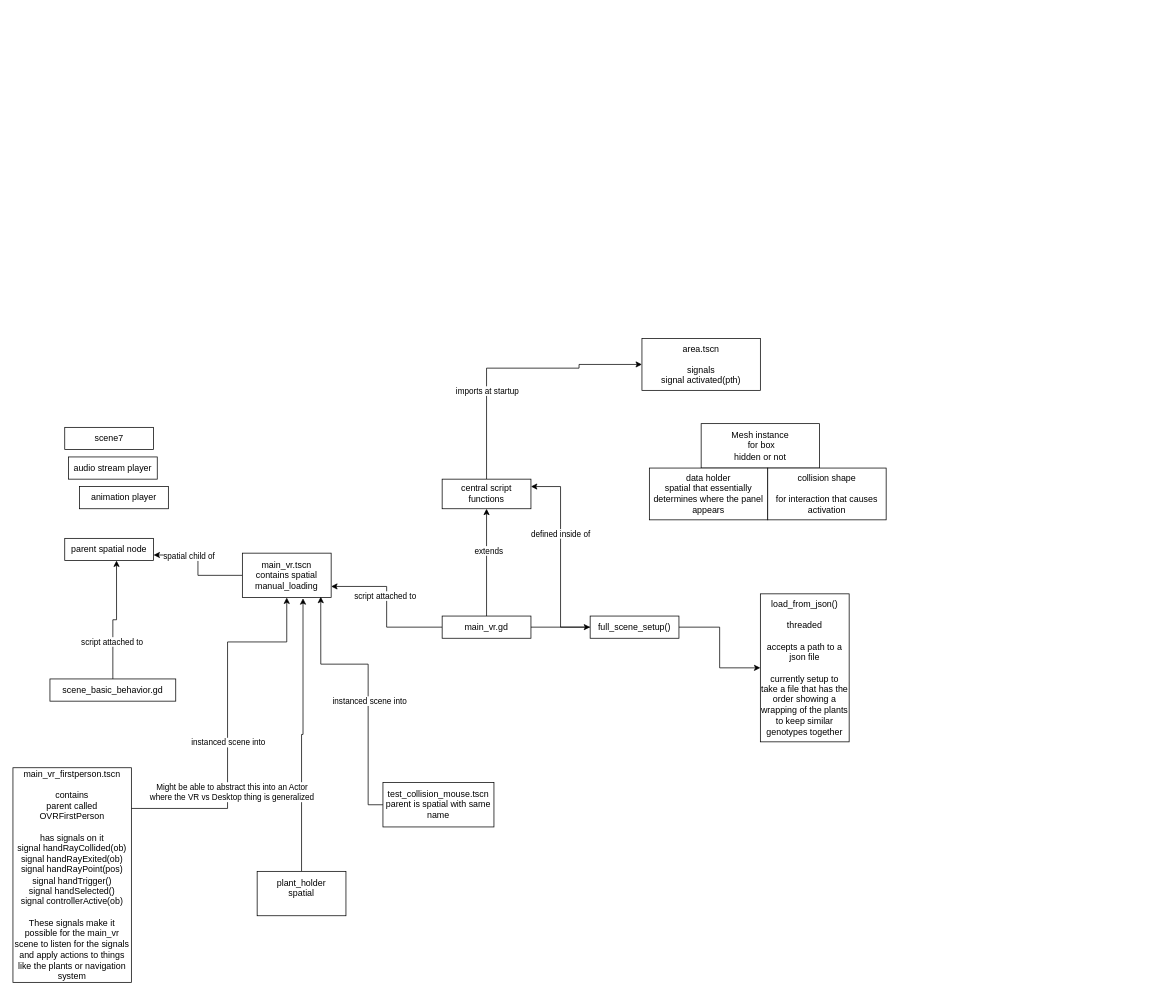
Above: diagrams/phyto_vr_components_relationship.drawio in DevinBayly/diagrams-net (draw.io), before the change. Source tidied: cells renumbered, new cells numbered last; positions are measured from the earlier drawing's top-left corner, leaving out a move shared by most shapes. Both pictures are drawn from the tidied source at 74%, with x=0, y=0 at pixel (13, 338).
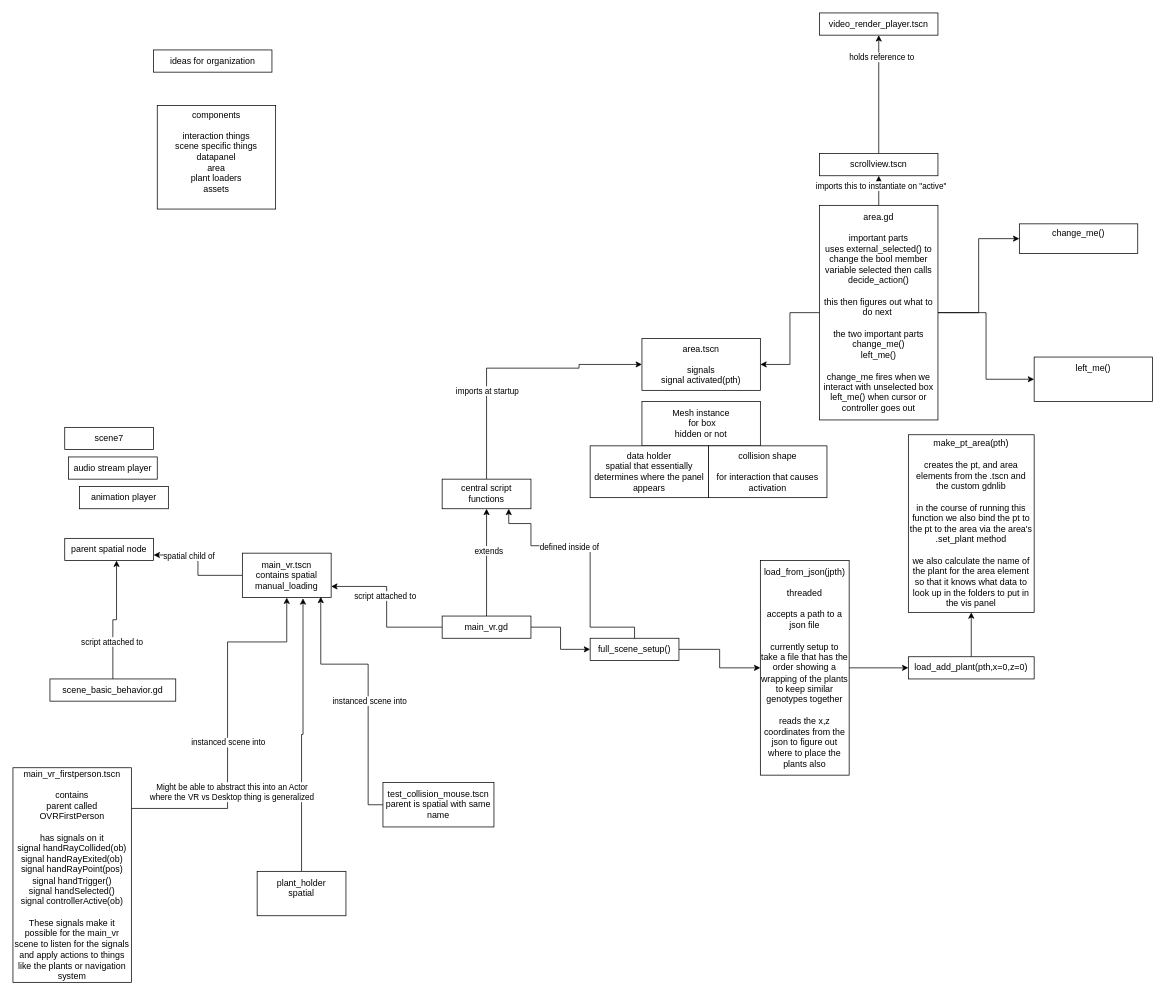
The same diagram, later.

Unchanged cells that the change refers to:
```xml
<mxCell id="5" value="central script functions" style="rounded=0;whiteSpace=wrap;html=1;fixedWidth=1;" parent="1" vertex="1">
  <mxGeometry x="580" y="190" width="120" height="40" as="geometry" />
</mxCell>
<mxCell id="35" value="&lt;div&gt;area.tscn&lt;/div&gt;&lt;div&gt;&lt;br&gt;&lt;/div&gt;&lt;div&gt;signals &lt;br&gt;&lt;/div&gt;&lt;div&gt;signal activated(pth)&lt;br&gt;&lt;/div&gt;" style="rounded=0;whiteSpace=wrap;html=1;fixedWidth=1;" parent="1" vertex="1">
  <mxGeometry x="850" width="160" height="70" as="geometry" />
</mxCell>
```

Diff of the diagram source:
```diff
@@
-    <mxCell id="19" style="edgeStyle=orthogonalEdgeStyle;rounded=0;jettySize=auto;html=1;entryX=1;entryY=0.25;entryDx=0;entryDy=0;" parent="1" edge="1" source="22" target="5">
-      <mxGeometry relative="1" as="geometry" />
+    <mxCell id="19" style="edgeStyle=orthogonalEdgeStyle;rounded=0;jettySize=auto;html=1;entryX=0.75;entryY=1;entryDx=0;entryDy=0;" parent="1" edge="1" source="22" target="5">
+      <mxGeometry relative="1" as="geometry">
+        <Array as="points">
+          <mxPoint x="840" y="390" />
+          <mxPoint x="780" y="390" />
+          <mxPoint x="780" y="280" />
+          <mxPoint x="700" y="280" />
+          <mxPoint x="700" y="250" />
+          <mxPoint x="670" y="250" />
+        </Array>
+      </mxGeometry>
     </mxCell>
@@
     <mxCell id="22" value="full_scene_setup()" style="rounded=0;whiteSpace=wrap;html=1;fixedWidth=1;" parent="1" vertex="1">
-      <mxGeometry x="780" y="375" width="120" height="30" as="geometry" />
+      <mxGeometry x="780" y="405" width="120" height="30" as="geometry" />
     </mxCell>
@@
     <mxCell id="36" value="&lt;div&gt;Mesh instance&lt;br&gt;&lt;/div&gt;&lt;div&gt;&amp;nbsp;for box&lt;/div&gt;&lt;div&gt;hidden or not&lt;br&gt;&lt;/div&gt;" style="rounded=0;whiteSpace=wrap;html=1;fixedWidth=1;" parent="1" vertex="1">
-      <mxGeometry x="930" y="115" width="160" height="60" as="geometry" />
+      <mxGeometry x="850" y="85" width="160" height="60" as="geometry" />
     </mxCell>
     <mxCell id="37" value="&lt;div&gt;data holder&lt;/div&gt;&lt;div&gt;spatial that essentially determines where the panel appears&lt;br&gt;&lt;/div&gt;" style="rounded=0;whiteSpace=wrap;html=1;fixedWidth=1;" parent="1" vertex="1">
-      <mxGeometry x="860" y="175" width="160" height="70" as="geometry" />
+      <mxGeometry x="780" y="145" width="160" height="70" as="geometry" />
     </mxCell>
     <mxCell id="38" value="&lt;div&gt;collision shape&lt;/div&gt;&lt;div&gt;&lt;br&gt;&lt;/div&gt;&lt;div&gt;for interaction that causes activation&lt;br&gt;&lt;/div&gt;" style="rounded=0;whiteSpace=wrap;html=1;fixedWidth=1;" parent="1" vertex="1">
-      <mxGeometry x="1020" y="175" width="160" height="70" as="geometry" />
+      <mxGeometry x="940" y="145" width="160" height="70" as="geometry" />
     </mxCell>
+    <mxCell id="40" style="edgeStyle=orthogonalEdgeStyle;rounded=0;jettySize=auto;html=1;" parent="1" edge="1" source="39" target="42">
+      <mxGeometry relative="1" as="geometry" />
+    </mxCell>
-    <mxCell id="39" value="&lt;div&gt;load_from_json()&lt;/div&gt;&lt;div&gt;&lt;br&gt;&lt;/div&gt;&lt;div&gt;threaded&lt;/div&gt;&lt;div&gt;&lt;br&gt;&lt;/div&gt;&lt;div&gt;accepts a path to a json file&lt;/div&gt;&lt;div&gt;&lt;br&gt;&lt;/div&gt;&lt;div&gt;currently setup to take a file that has the order showing a wrapping of the plants to keep similar genotypes together&lt;br&gt;&lt;/div&gt;" style="rounded=0;whiteSpace=wrap;html=1;fixedWidth=1;" parent="1" vertex="1">
-      <mxGeometry x="1010" y="345" width="120" height="200" as="geometry" />
+    <mxCell id="39" value="&lt;div&gt;load_from_json(jpth)&lt;/div&gt;&lt;div&gt;&lt;br&gt;&lt;/div&gt;&lt;div&gt;threaded&lt;/div&gt;&lt;div&gt;&lt;br&gt;&lt;/div&gt;&lt;div&gt;accepts a path to a json file&lt;/div&gt;&lt;div&gt;&lt;br&gt;&lt;/div&gt;&lt;div&gt;currently setup to take a file that has the order showing a wrapping of the plants to keep similar genotypes together&lt;/div&gt;&lt;div&gt;&lt;br&gt;&lt;/div&gt;&lt;div&gt;reads the x,z coordinates from the json to figure out where to place the plants also&lt;br&gt;&lt;/div&gt;" style="rounded=0;whiteSpace=wrap;html=1;fixedWidth=1;" parent="1" vertex="1">
+      <mxGeometry x="1010" y="300" width="120" height="290" as="geometry" />
     </mxCell>
+    <mxCell id="41" style="edgeStyle=orthogonalEdgeStyle;rounded=0;jettySize=auto;html=1;" parent="1" edge="1" source="42" target="43">
+      <mxGeometry relative="1" as="geometry" />
+    </mxCell>
+    <mxCell id="42" value="load_add_plant(pth,x=0,z=0)" style="rounded=0;whiteSpace=wrap;html=1;fixedWidth=1;" parent="1" vertex="1">
+      <mxGeometry x="1210" y="430" width="170" height="30" as="geometry" />
+    </mxCell>
+    <mxCell id="43" value="&lt;div&gt;make_pt_area(pth)&lt;/div&gt;&lt;div&gt;&lt;br&gt;&lt;/div&gt;&lt;div&gt;creates the pt, and area elements from the .tscn and the custom gdnlib&lt;/div&gt;&lt;div&gt;&lt;br&gt;&lt;/div&gt;&lt;div&gt;in the course of running this function we also bind the pt to the pt to the area via the area's .set_plant method&lt;/div&gt;&lt;div&gt;&lt;br&gt;&lt;/div&gt;&lt;div&gt;we also calculate the name of the plant for the area element so that it knows what data to look up in the folders to put in the vis panel&lt;br&gt;&lt;/div&gt;" style="rounded=0;whiteSpace=wrap;html=1;fixedWidth=1;" parent="1" vertex="1">
+      <mxGeometry x="1210" y="130" width="170" height="240" as="geometry" />
+    </mxCell>
+    <mxCell id="44" style="edgeStyle=orthogonalEdgeStyle;rounded=0;jettySize=auto;html=1;entryX=1;entryY=0.5;entryDx=0;entryDy=0;" parent="1" edge="1" source="49" target="35">
+      <mxGeometry relative="1" as="geometry" />
+    </mxCell>
+    <mxCell id="45" style="edgeStyle=orthogonalEdgeStyle;rounded=0;jettySize=auto;html=1;entryX=0.5;entryY=1;entryDx=0;entryDy=0;" parent="1" edge="1" source="49" target="52">
+      <mxGeometry relative="1" as="geometry" />
+    </mxCell>
+    <mxCell id="46" value="imports this to instantiate on &quot;active&quot;" style="edgeLabel;html=1;align=center;verticalAlign=middle;" parent="45" vertex="1">
+      <mxGeometry x="0.33" y="-2" relative="1" as="geometry" />
+    </mxCell>
+    <mxCell id="47" style="edgeStyle=orthogonalEdgeStyle;rounded=0;jettySize=auto;html=1;" parent="1" edge="1" source="49" target="54">
+      <mxGeometry relative="1" as="geometry" />
+    </mxCell>
+    <mxCell id="48" style="edgeStyle=orthogonalEdgeStyle;rounded=0;jettySize=auto;html=1;" parent="1" edge="1" source="49" target="55">
+      <mxGeometry relative="1" as="geometry" />
+    </mxCell>
+    <mxCell id="49" value="&lt;div&gt;area.gd&lt;/div&gt;&lt;div&gt;&lt;br&gt;&lt;/div&gt;&lt;div&gt;important parts&lt;/div&gt;&lt;div&gt;uses external_selected() to change the bool member variable selected then calls decide_action()&lt;/div&gt;&lt;div&gt;&lt;br&gt;&lt;/div&gt;&lt;div&gt;this then figures out what to do next&amp;nbsp; &lt;br&gt;&lt;/div&gt;&lt;div&gt;&lt;br&gt;&lt;/div&gt;&lt;div&gt;the two important parts&lt;/div&gt;&lt;div&gt;change_me()&lt;/div&gt;&lt;div&gt;left_me()&lt;/div&gt;&lt;div&gt;&lt;br&gt;&lt;/div&gt;&lt;div&gt;change_me fires when we interact with unselected box&lt;br&gt;&lt;/div&gt;&lt;div&gt;left_me() when cursor or controller goes out&lt;br&gt;&lt;/div&gt;" style="rounded=0;whiteSpace=wrap;html=1;fixedWidth=1;" parent="1" vertex="1">
+      <mxGeometry x="1090" y="-180" width="160" height="290" as="geometry" />
+    </mxCell>
+    <mxCell id="50" style="edgeStyle=orthogonalEdgeStyle;rounded=0;jettySize=auto;html=1;" parent="1" edge="1" source="52" target="53">
+      <mxGeometry relative="1" as="geometry" />
+    </mxCell>
+    <mxCell id="51" value="holds reference to" style="edgeLabel;html=1;align=center;verticalAlign=middle;" parent="50" vertex="1">
+      <mxGeometry x="0.64" y="-3" relative="1" as="geometry" />
+    </mxCell>
+    <mxCell id="52" value="scrollview.tscn" style="rounded=0;whiteSpace=wrap;html=1;fixedWidth=1;" parent="1" vertex="1">
+      <mxGeometry x="1090" y="-250" width="160" height="30" as="geometry" />
+    </mxCell>
+    <mxCell id="53" value="video_render_player.tscn" style="rounded=0;whiteSpace=wrap;html=1;fixedWidth=1;" parent="1" vertex="1">
+      <mxGeometry x="1090" y="-440" width="160" height="30" as="geometry" />
+    </mxCell>
+    <mxCell id="54" value="&lt;div&gt;change_me()&lt;/div&gt;&lt;div&gt;&lt;br&gt;&lt;/div&gt;" style="rounded=0;whiteSpace=wrap;html=1;fixedWidth=1;" parent="1" vertex="1">
+      <mxGeometry x="1360" y="-155" width="160" height="40" as="geometry" />
+    </mxCell>
+    <mxCell id="55" value="&lt;div&gt;left_me()&lt;/div&gt;&lt;div&gt;&lt;br&gt;&lt;/div&gt;&lt;div&gt;&lt;br&gt;&lt;/div&gt;" style="rounded=0;whiteSpace=wrap;html=1;fixedWidth=1;" parent="1" vertex="1">
+      <mxGeometry x="1380" y="25" width="160" height="60" as="geometry" />
+    </mxCell>
+    <mxCell id="56" value="ideas for organization" style="rounded=0;whiteSpace=wrap;html=1;fixedWidth=1;" parent="1" vertex="1">
+      <mxGeometry x="190" y="-390" width="160" height="30" as="geometry" />
+    </mxCell>
+    <mxCell id="57" value="&lt;div&gt;components&lt;/div&gt;&lt;div&gt;&lt;br&gt;&lt;/div&gt;&lt;div&gt;interaction things&lt;/div&gt;&lt;div&gt;scene specific things&lt;/div&gt;&lt;div&gt;datapanel&lt;/div&gt;&lt;div&gt;area&lt;/div&gt;&lt;div&gt;plant loaders&lt;/div&gt;&lt;div&gt;assets&lt;/div&gt;&lt;div&gt;&lt;br&gt;&lt;/div&gt;" style="rounded=0;whiteSpace=wrap;html=1;fixedWidth=1;" parent="1" vertex="1">
+      <mxGeometry x="195" y="-315" width="160" height="140" as="geometry" />
+    </mxCell>
```
